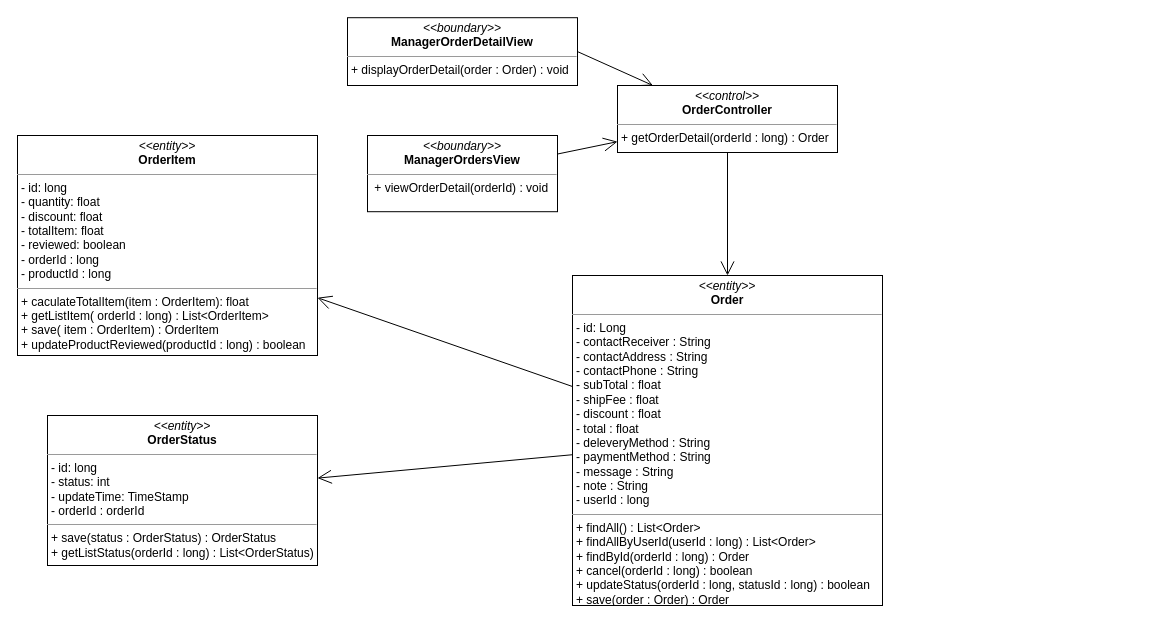
The draw.io diagram class diagram/manager-order-detail-class-diagram.drawio in nguyenphamvan/datn_20202, before the edit. Source tidied: cells renumbered, new cells numbered last; positions are measured from the earlier drawing's top-left corner, leaving out a move shared by most shapes. Both pictures are drawn from the tidied source at 100%, with x=0, y=0 at pixel (17, 17).
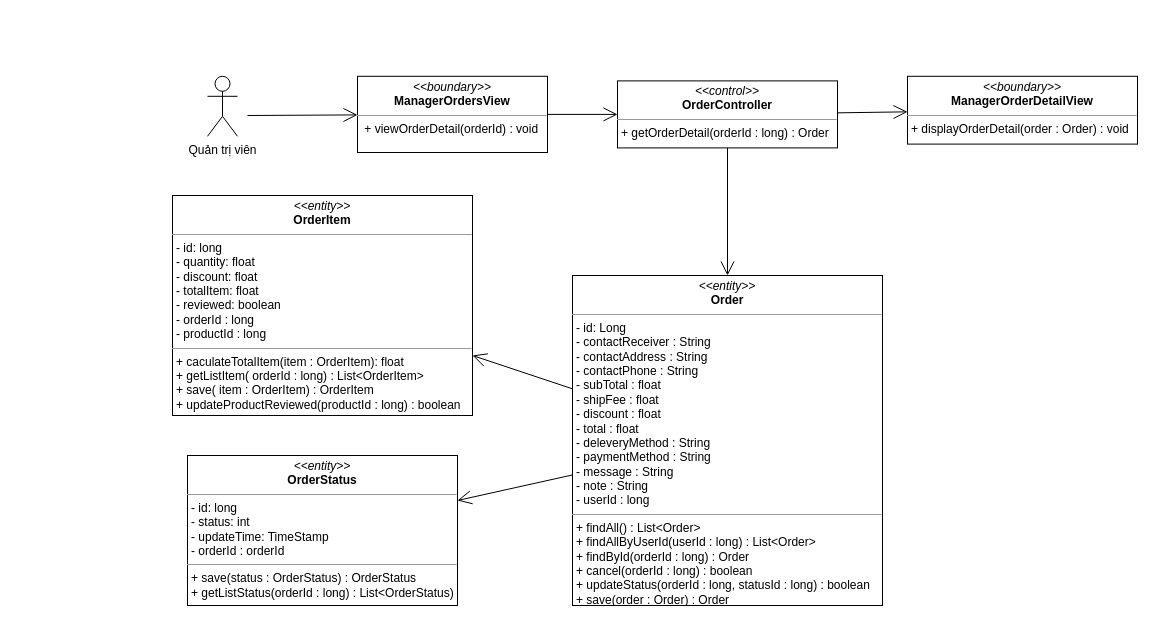
Above is the later version.

Change to the diagram source:
```diff
@@
 <mxGraphModel>
   <root>
     <mxCell id="0" />
     <mxCell id="1" parent="0" />
     <mxCell id="2" value="&lt;p style=&quot;margin: 0px ; margin-top: 4px ; text-align: center&quot;&gt;&lt;i&gt;&amp;lt;&amp;lt;boundary&amp;gt;&amp;gt;&lt;/i&gt;&lt;br&gt;&lt;b&gt;ManagerOrderDetailView&lt;/b&gt;&lt;/p&gt;&lt;hr size=&quot;1&quot;&gt;&lt;p style=&quot;margin: 0px ; margin-left: 4px&quot;&gt;&lt;span&gt;+ displayOrderDetail(order : Order) : void&lt;/span&gt;&lt;/p&gt;" style="verticalAlign=top;align=left;overflow=fill;fontSize=12;fontFamily=Helvetica;html=1;" parent="1" vertex="1">
-      <mxGeometry x="330" y="0.2" width="230" height="67.8" as="geometry" />
+      <mxGeometry x="890" y="58.8" width="230" height="67.8" as="geometry" />
     </mxCell>
-    <mxCell id="3" style="endArrow=open;endFill=1;endSize=12;html=1;exitX=1;exitY=0.5;exitDx=0;exitDy=0;" parent="1" edge="1" source="2" target="4">
+    <mxCell id="3" style="endArrow=open;endFill=1;endSize=12;html=1;" parent="1" edge="1" source="4" target="2">
       <mxGeometry relative="1" as="geometry" />
     </mxCell>
     <mxCell id="4" value="&lt;p style=&quot;margin: 0px ; margin-top: 4px ; text-align: center&quot;&gt;&lt;i&gt;&amp;lt;&amp;lt;control&amp;gt;&amp;gt;&lt;/i&gt;&lt;br&gt;&lt;b&gt;OrderController&lt;/b&gt;&lt;br&gt;&lt;/p&gt;&lt;hr size=&quot;1&quot;&gt;&lt;p style=&quot;margin: 0px ; margin-left: 4px&quot;&gt;&lt;span&gt;+ getOrderDetail(orderId : long) : Order&lt;/span&gt;&lt;br&gt;&lt;/p&gt;" style="verticalAlign=top;align=left;overflow=fill;fontSize=12;fontFamily=Helvetica;html=1;" parent="1" vertex="1">
-      <mxGeometry x="600" y="68" width="220" height="67" as="geometry" />
+      <mxGeometry x="600" y="63.4" width="220" height="67" as="geometry" />
     </mxCell>
     <mxCell id="5" style="endArrow=open;endFill=1;endSize=12;html=1;" parent="1" edge="1" source="4" target="9">
       <mxGeometry relative="1" as="geometry" />
     </mxCell>
     <mxCell id="6" value="&lt;p style=&quot;margin: 0px ; margin-top: 4px ; text-align: center&quot;&gt;&lt;i&gt;&amp;lt;&amp;lt;boundary&amp;gt;&amp;gt;&lt;/i&gt;&lt;br&gt;&lt;b&gt;ManagerOrdersView&lt;/b&gt;&lt;/p&gt;&lt;hr size=&quot;1&quot;&gt;&lt;p style=&quot;margin: 0px ; margin-left: 4px&quot;&gt;&lt;span&gt;&amp;nbsp;&lt;/span&gt;&lt;span&gt;+ viewOrderDetail(orderId) : void&lt;/span&gt;&lt;/p&gt;" style="verticalAlign=top;align=left;overflow=fill;fontSize=12;fontFamily=Helvetica;html=1;" parent="1" vertex="1">
-      <mxGeometry x="350" y="118" width="190" height="76.2" as="geometry" />
+      <mxGeometry x="340" y="58.8" width="190" height="76.2" as="geometry" />
     </mxCell>
     <mxCell id="7" value="&lt;p style=&quot;margin: 0px ; margin-top: 4px ; text-align: center&quot;&gt;&lt;i&gt;&amp;lt;&amp;lt;entity&amp;gt;&amp;gt;&lt;/i&gt;&lt;br&gt;&lt;b&gt;OrderItem&lt;/b&gt;&lt;/p&gt;&lt;hr size=&quot;1&quot;&gt;&lt;p style=&quot;margin: 0px ; margin-left: 4px&quot;&gt;- id: long&lt;/p&gt;&lt;p style=&quot;margin: 0px ; margin-left: 4px&quot;&gt;- quantity: float&lt;br&gt;- discount: float&lt;/p&gt;&lt;p style=&quot;margin: 0px ; margin-left: 4px&quot;&gt;- totalItem: float&lt;/p&gt;&lt;p style=&quot;margin: 0px ; margin-left: 4px&quot;&gt;- reviewed: boolean&lt;/p&gt;&lt;p style=&quot;margin: 0px ; margin-left: 4px&quot;&gt;- orderId : long&lt;/p&gt;&lt;p style=&quot;margin: 0px ; margin-left: 4px&quot;&gt;- productId : long&lt;/p&gt;&lt;hr size=&quot;1&quot;&gt;&lt;p style=&quot;margin: 0px 0px 0px 4px&quot;&gt;+ caculateTotalItem(item : OrderItem): float&lt;br&gt;&lt;/p&gt;&lt;p style=&quot;margin: 0px 0px 0px 4px&quot;&gt;+ getListItem( orderId : long) : List&amp;lt;OrderItem&amp;gt;&lt;br&gt;&lt;/p&gt;&lt;p style=&quot;margin: 0px 0px 0px 4px&quot;&gt;+ save( item : OrderItem) : OrderItem&lt;/p&gt;&lt;p style=&quot;margin: 0px 0px 0px 4px&quot;&gt;+ updateProductReviewed(productId : long) : boolean&lt;/p&gt;" style="verticalAlign=top;align=left;overflow=fill;fontSize=12;fontFamily=Helvetica;html=1;" parent="1" vertex="1">
-      <mxGeometry y="118" width="300" height="220" as="geometry" />
+      <mxGeometry x="155" y="178" width="300" height="220" as="geometry" />
     </mxCell>
     <mxCell id="8" value="&lt;p style=&quot;margin: 0px ; margin-top: 4px ; text-align: center&quot;&gt;&lt;i&gt;&amp;lt;&amp;lt;entity&amp;gt;&amp;gt;&lt;/i&gt;&lt;br&gt;&lt;b&gt;OrderStatus&lt;/b&gt;&lt;/p&gt;&lt;hr size=&quot;1&quot;&gt;&lt;p style=&quot;margin: 0px ; margin-left: 4px&quot;&gt;- id: long&lt;/p&gt;&lt;p style=&quot;margin: 0px ; margin-left: 4px&quot;&gt;- status: int&lt;br&gt;- updateTime: TimeStamp&lt;/p&gt;&lt;p style=&quot;margin: 0px ; margin-left: 4px&quot;&gt;- orderId : orderId&lt;/p&gt;&lt;hr size=&quot;1&quot;&gt;&lt;p style=&quot;margin: 0px ; margin-left: 4px&quot;&gt;+ save(status : OrderStatus) : OrderStatus&lt;/p&gt;&lt;p style=&quot;margin: 0px ; margin-left: 4px&quot;&gt;+ getListStatus(orderId : long) : List&amp;lt;OrderStatus)&lt;/p&gt;" style="verticalAlign=top;align=left;overflow=fill;fontSize=12;fontFamily=Helvetica;html=1;" parent="1" vertex="1">
-      <mxGeometry x="30" y="398" width="270" height="150" as="geometry" />
+      <mxGeometry x="170" y="438" width="270" height="150" as="geometry" />
     </mxCell>
     <mxCell id="9" value="&lt;p style=&quot;margin: 0px ; margin-top: 4px ; text-align: center&quot;&gt;&lt;i&gt;&amp;lt;&amp;lt;entity&amp;gt;&amp;gt;&lt;/i&gt;&lt;br&gt;&lt;b&gt;Order&lt;/b&gt;&lt;/p&gt;&lt;hr size=&quot;1&quot;&gt;&lt;p style=&quot;margin: 0px ; margin-left: 4px&quot;&gt;- id: Long&lt;/p&gt;&lt;p style=&quot;margin: 0px ; margin-left: 4px&quot;&gt;- contactReceiver : String&lt;/p&gt;&lt;p style=&quot;margin: 0px ; margin-left: 4px&quot;&gt;- contactAddress : String&lt;/p&gt;&lt;p style=&quot;margin: 0px ; margin-left: 4px&quot;&gt;- contactPhone : String&lt;/p&gt;&lt;p style=&quot;margin: 0px 0px 0px 4px&quot;&gt;- subTotal : float&lt;/p&gt;&lt;p style=&quot;margin: 0px 0px 0px 4px&quot;&gt;- shipFee : float&lt;/p&gt;&lt;p style=&quot;margin: 0px 0px 0px 4px&quot;&gt;- discount : float&lt;/p&gt;&lt;p style=&quot;margin: 0px 0px 0px 4px&quot;&gt;- total : float&lt;/p&gt;&lt;p style=&quot;margin: 0px 0px 0px 4px&quot;&gt;- deleveryMethod : String&lt;/p&gt;&lt;p style=&quot;margin: 0px 0px 0px 4px&quot;&gt;- paymentMethod : String&lt;/p&gt;&lt;p style=&quot;margin: 0px 0px 0px 4px&quot;&gt;- message : String&lt;/p&gt;&lt;p style=&quot;margin: 0px 0px 0px 4px&quot;&gt;- note : String&lt;/p&gt;&lt;p style=&quot;margin: 0px 0px 0px 4px&quot;&gt;- userId : long&lt;/p&gt;&lt;hr size=&quot;1&quot;&gt;&lt;p style=&quot;margin: 0px 0px 0px 4px&quot;&gt;+ findAll() : List&amp;lt;Order&amp;gt;&lt;/p&gt;&lt;p style=&quot;margin: 0px 0px 0px 4px&quot;&gt;+ findAllByUserId(userId : long) : List&amp;lt;Order&amp;gt;&lt;/p&gt;&lt;p style=&quot;margin: 0px 0px 0px 4px&quot;&gt;+ findById(orderId : long) : Order&lt;br&gt;&lt;/p&gt;&lt;p style=&quot;margin: 0px 0px 0px 4px&quot;&gt;+ cancel(orderId : long) : boolean&lt;br&gt;&lt;/p&gt;&lt;p style=&quot;margin: 0px 0px 0px 4px&quot;&gt;+ updateStatus(orderId : long, statusId : long) : boolean&lt;/p&gt;&lt;p style=&quot;margin: 0px 0px 0px 4px&quot;&gt;+ save(order : Order) : Order&lt;/p&gt;" style="verticalAlign=top;align=left;overflow=fill;fontSize=12;fontFamily=Helvetica;html=1;" parent="1" vertex="1">
       <mxGeometry x="555" y="258" width="310" height="330" as="geometry" />
     </mxCell>
     <mxCell id="10" style="endArrow=open;endFill=1;endSize=12;html=1;" parent="1" edge="1" source="9" target="7">
       <mxGeometry relative="1" as="geometry" />
     </mxCell>
     <mxCell id="11" style="endArrow=open;endFill=1;endSize=12;html=1;" parent="1" edge="1" source="9" target="8">
       <mxGeometry relative="1" as="geometry" />
     </mxCell>
     <mxCell id="12" style="endArrow=open;endFill=1;endSize=12;html=1;" parent="1" edge="1" source="6" target="4">
       <mxGeometry relative="1" as="geometry" />
     </mxCell>
+    <mxCell id="13" value="Quản trị viên" style="shape=umlActor;verticalLabelPosition=bottom;verticalAlign=top;html=1;" parent="1" vertex="1">
+      <mxGeometry x="190" y="58.8" width="30" height="60" as="geometry" />
+    </mxCell>
+    <mxCell id="14" style="endArrow=open;endFill=1;endSize=12;html=1;" parent="1" edge="1" target="6">
+      <mxGeometry relative="1" as="geometry">
+        <mxPoint x="230" y="98" as="sourcePoint" />
+      </mxGeometry>
+    </mxCell>
   </root>
 </mxGraphModel>
```
